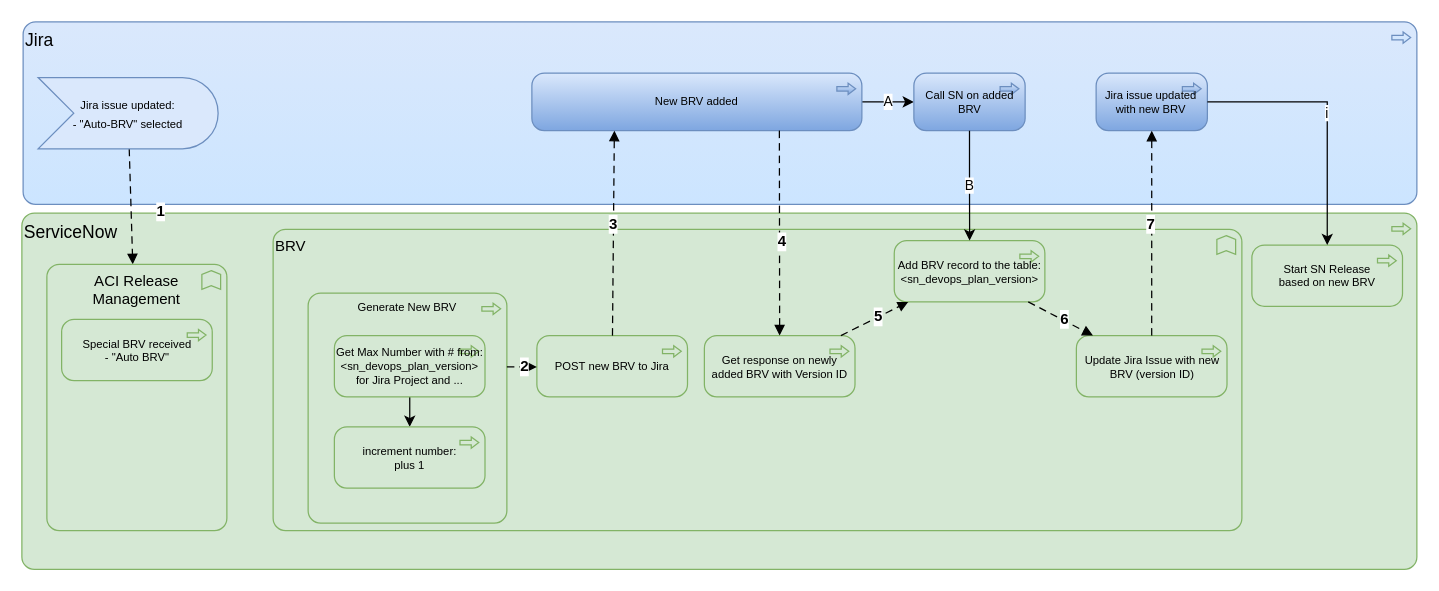
Before: page "JiraStates" (1 of 3) of AldiBRV2Jira.drawio in algimas/tmp, a draw.io diagram. Source tidied: cells renumbered, new cells numbered last; positions are measured from the earlier drawing's top-left corner, leaving out a move shared by most shapes. Both pictures are drawn from the tidied source at 125%, with x=0, y=0 at pixel (21, 21).
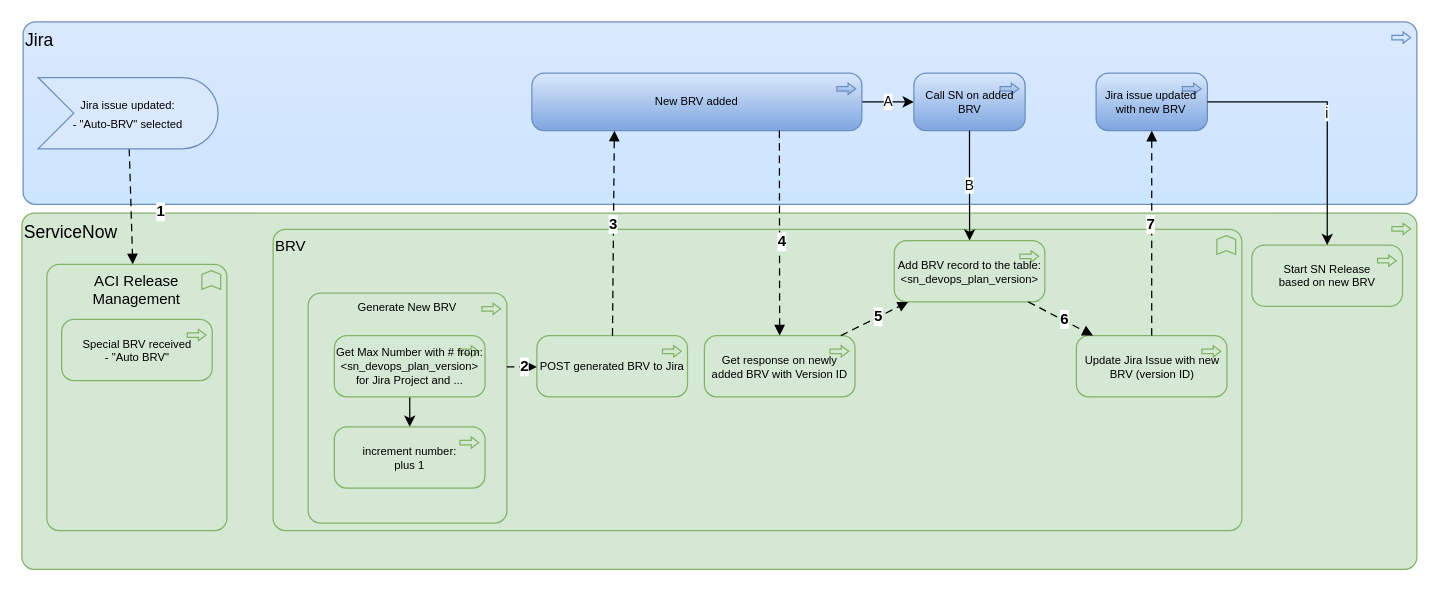
Above is the later version.

Diff of the diagram source:
```diff
@@
-    <mxCell id="18" value="POST new BRV to Jira" style="html=1;outlineConnect=0;whiteSpace=wrap;fillColor=#d5e8d4;shape=mxgraph.archimate3.application;appType=proc;archiType=rounded;fontSize=9;verticalAlign=middle;align=center;strokeColor=#82b366;" parent="1" vertex="1">
+    <mxCell id="18" value="POST generated BRV to Jira" style="html=1;outlineConnect=0;whiteSpace=wrap;fillColor=#d5e8d4;shape=mxgraph.archimate3.application;appType=proc;archiType=rounded;fontSize=9;verticalAlign=middle;align=center;strokeColor=#82b366;" parent="1" vertex="1">
       <mxGeometry x="412" y="251" width="120.5" height="49" as="geometry" />
     </mxCell>
```
